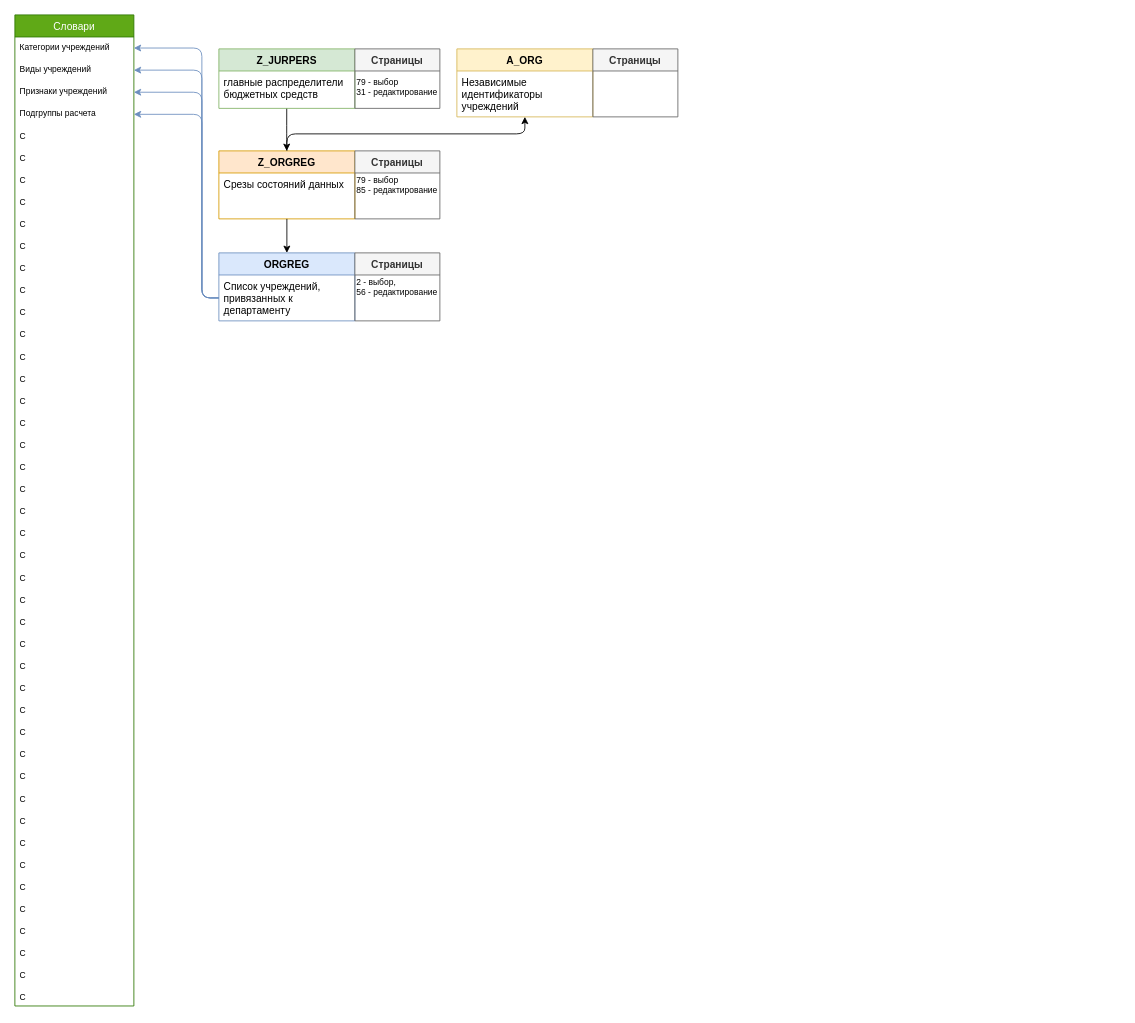
Before: page "Учреждения(+)" (1 of 2) of Untitled Diagram.drawio in VasuaLun/ff, a draw.io diagram. Source tidied: cells renumbered, new cells numbered last; positions are measured from the earlier drawing's top-left corner, leaving out a move shared by most shapes. Both pictures are drawn from the tidied source at 85%, with x=0, y=0 at pixel (14, 14).
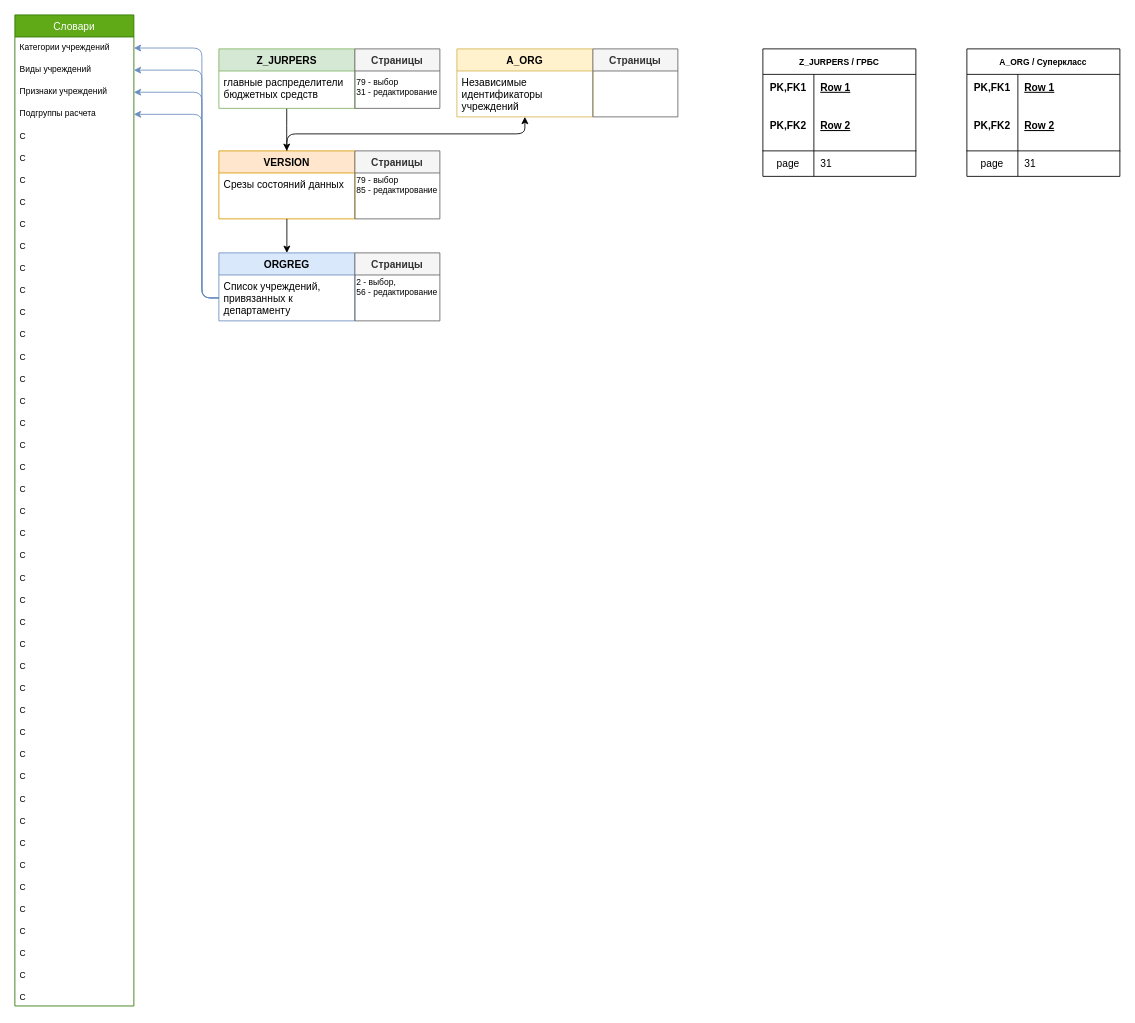
Above is the later version.

Unchanged cells that the change refers to:
```xml
<mxCell id="6" style="group;" parent="1" vertex="1">
  <mxGeometry x="240" y="160" width="260" height="80" as="geometry" />
</mxCell>
```

What changed in the source:
```diff
@@
-    <mxCell id="7" value="Z_ORGREG" style="swimlane;fontStyle=1;align=center;verticalAlign=top;horizontal=1;startSize=26;fillColor=#ffe6cc;strokeColor=#d79b00;" parent="6" vertex="1">
+    <mxCell id="7" value="VERSION" style="swimlane;fontStyle=1;align=center;verticalAlign=top;horizontal=1;startSize=26;fillColor=#ffe6cc;strokeColor=#d79b00;" parent="6" vertex="1">
       <mxGeometry width="160" height="80" as="geometry" />
     </mxCell>
@@
+    <mxCell id="74" value="Z_JURPERS / ГРБС" style="shape=table;startSize=30;childLayout=tableLayout;rowLines=0;fontStyle=1;align=center;fontSize=10;" parent="1" vertex="1">
+      <mxGeometry x="880" y="40" width="180" height="150" as="geometry" />
+    </mxCell>
+    <mxCell id="75" style="shape=partialRectangle;fillColor=none;top=0;left=0;bottom=0;right=0;" parent="74" vertex="1">
+      <mxGeometry y="30" width="180" height="30" as="geometry" />
+    </mxCell>
+    <mxCell id="76" value="PK,FK1" style="shape=partialRectangle;fillColor=none;top=0;left=0;bottom=0;right=0;fontStyle=1;overflow=hidden;" parent="75" vertex="1">
+      <mxGeometry width="60" height="30" as="geometry" />
+    </mxCell>
+    <mxCell id="77" value="Row 1" style="shape=partialRectangle;fillColor=none;top=0;left=0;bottom=0;right=0;align=left;spacingLeft=6;fontStyle=5;overflow=hidden;" parent="75" vertex="1">
+      <mxGeometry x="60" width="120" height="30" as="geometry" />
+    </mxCell>
+    <mxCell id="78" style="shape=partialRectangle;fillColor=none;top=0;left=0;bottom=1;right=0;" parent="74" vertex="1">
+      <mxGeometry y="60" width="180" height="60" as="geometry" />
+    </mxCell>
+    <mxCell id="79" value="PK,FK2" style="shape=partialRectangle;fillColor=none;top=0;left=0;bottom=0;right=0;fontStyle=1;overflow=hidden;" parent="78" vertex="1">
+      <mxGeometry width="60" height="60" as="geometry" />
+    </mxCell>
+    <mxCell id="80" value="Row 2" style="shape=partialRectangle;fillColor=none;top=0;left=0;bottom=0;right=0;align=left;spacingLeft=6;fontStyle=5;overflow=hidden;" parent="78" vertex="1">
+      <mxGeometry x="60" width="120" height="60" as="geometry" />
+    </mxCell>
+    <mxCell id="81" style="shape=partialRectangle;fillColor=none;top=0;left=0;bottom=0;right=0;" parent="74" vertex="1">
+      <mxGeometry y="120" width="180" height="30" as="geometry" />
+    </mxCell>
+    <mxCell id="82" value="page" style="shape=partialRectangle;fillColor=none;top=0;left=0;bottom=0;right=0;overflow=hidden;" parent="81" vertex="1">
+      <mxGeometry width="60" height="30" as="geometry" />
+    </mxCell>
+    <mxCell id="83" value="31" style="shape=partialRectangle;fillColor=none;top=0;left=0;bottom=0;right=0;align=left;spacingLeft=6;overflow=hidden;" parent="81" vertex="1">
+      <mxGeometry x="60" width="120" height="30" as="geometry" />
+    </mxCell>
+    <mxCell id="84" value="A_ORG / Суперкласс" style="shape=table;startSize=30;childLayout=tableLayout;rowLines=0;fontStyle=1;align=center;fontSize=10;" parent="1" vertex="1">
+      <mxGeometry x="1120" y="40" width="180" height="150" as="geometry" />
+    </mxCell>
+    <mxCell id="85" style="shape=partialRectangle;fillColor=none;top=0;left=0;bottom=0;right=0;" parent="84" vertex="1">
+      <mxGeometry y="30" width="180" height="30" as="geometry" />
+    </mxCell>
+    <mxCell id="86" value="PK,FK1" style="shape=partialRectangle;fillColor=none;top=0;left=0;bottom=0;right=0;fontStyle=1;overflow=hidden;" parent="85" vertex="1">
+      <mxGeometry width="60" height="30" as="geometry" />
+    </mxCell>
+    <mxCell id="87" value="Row 1" style="shape=partialRectangle;fillColor=none;top=0;left=0;bottom=0;right=0;align=left;spacingLeft=6;fontStyle=5;overflow=hidden;" parent="85" vertex="1">
+      <mxGeometry x="60" width="120" height="30" as="geometry" />
+    </mxCell>
+    <mxCell id="88" style="shape=partialRectangle;fillColor=none;top=0;left=0;bottom=1;right=0;" parent="84" vertex="1">
+      <mxGeometry y="60" width="180" height="60" as="geometry" />
+    </mxCell>
+    <mxCell id="89" value="PK,FK2" style="shape=partialRectangle;fillColor=none;top=0;left=0;bottom=0;right=0;fontStyle=1;overflow=hidden;" parent="88" vertex="1">
+      <mxGeometry width="60" height="60" as="geometry" />
+    </mxCell>
+    <mxCell id="90" value="Row 2" style="shape=partialRectangle;fillColor=none;top=0;left=0;bottom=0;right=0;align=left;spacingLeft=6;fontStyle=5;overflow=hidden;" parent="88" vertex="1">
+      <mxGeometry x="60" width="120" height="60" as="geometry" />
+    </mxCell>
+    <mxCell id="91" style="shape=partialRectangle;fillColor=none;top=0;left=0;bottom=0;right=0;" parent="84" vertex="1">
+      <mxGeometry y="120" width="180" height="30" as="geometry" />
+    </mxCell>
+    <mxCell id="92" value="page" style="shape=partialRectangle;fillColor=none;top=0;left=0;bottom=0;right=0;overflow=hidden;" parent="91" vertex="1">
+      <mxGeometry width="60" height="30" as="geometry" />
+    </mxCell>
+    <mxCell id="93" value="31" style="shape=partialRectangle;fillColor=none;top=0;left=0;bottom=0;right=0;align=left;spacingLeft=6;overflow=hidden;" parent="91" vertex="1">
+      <mxGeometry x="60" width="120" height="30" as="geometry" />
+    </mxCell>
```
